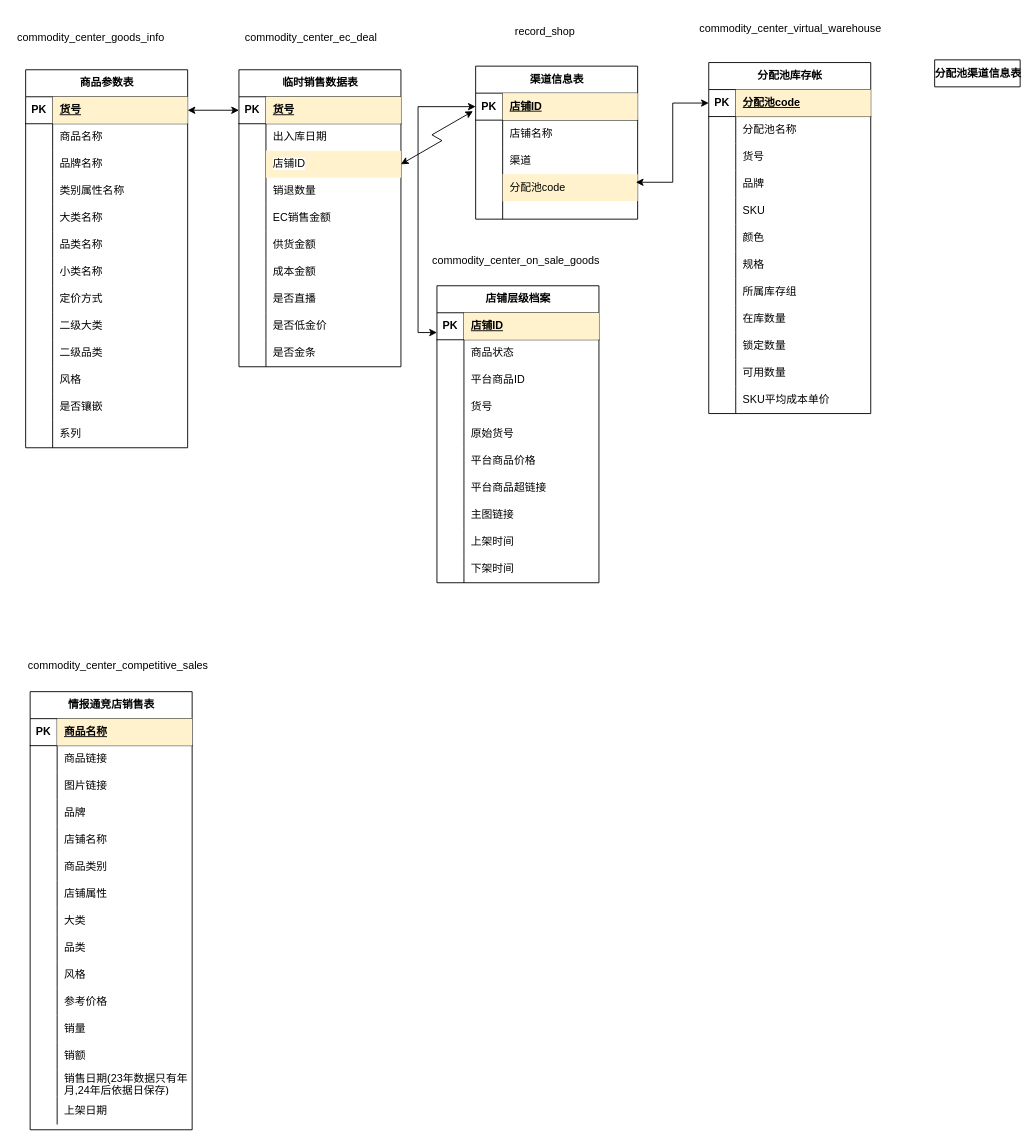
This is 销售库存模型.drawio from 1096372647/my-project, a draw.io file, before an edit. Source tidied: cells renumbered, new cells numbered last; positions are measured from the earlier drawing's top-left corner, leaving out a move shared by most shapes. Both pictures are drawn from the tidied source at 90%, with x=0, y=0 at pixel (15, 15).
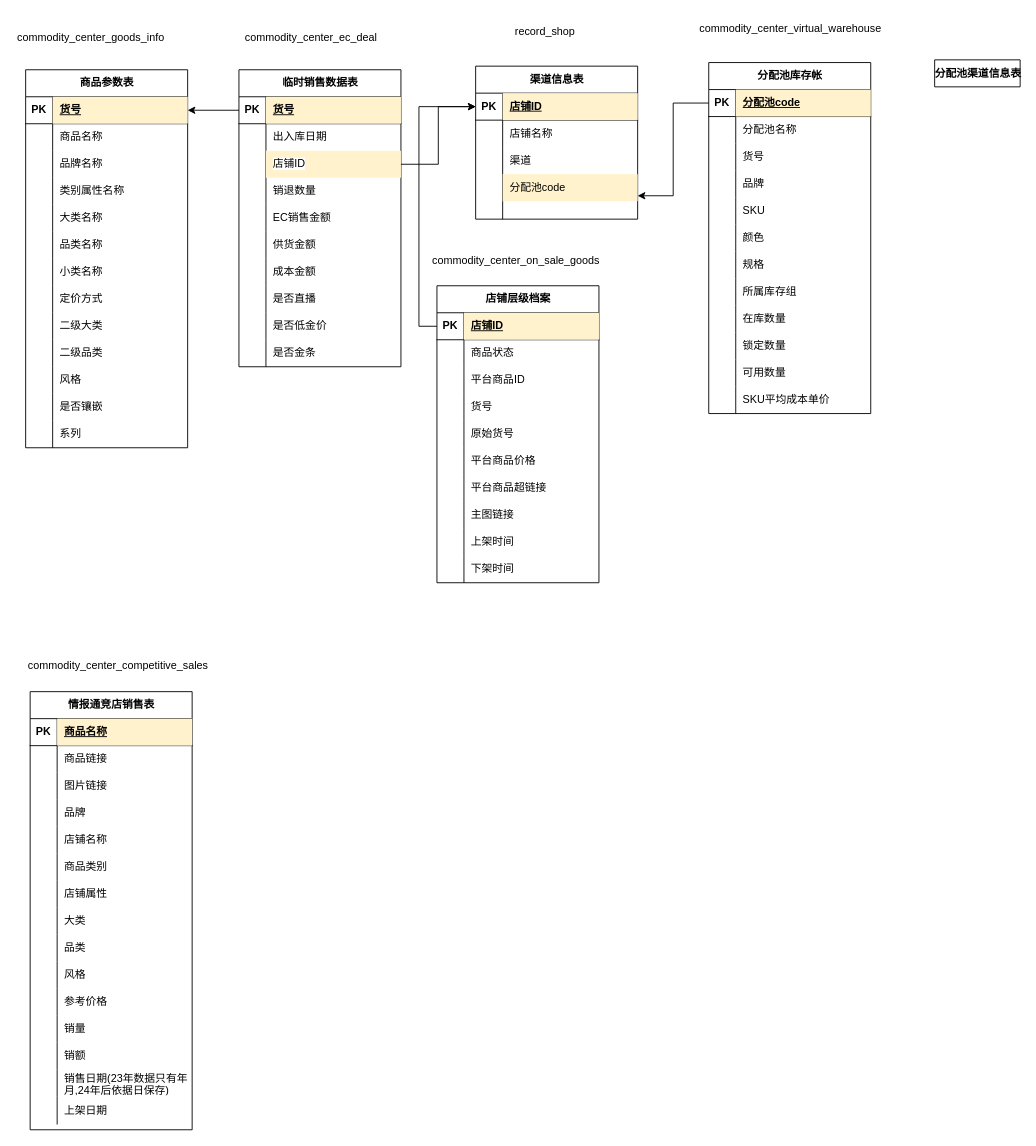
The same page after the edit.

Commit message:
更新销售库存模型.drawio

The change refers to these unchanged cells:
```xml
<mxCell id="3" style="shape=tableRow;horizontal=0;startSize=0;swimlaneHead=0;swimlaneBody=0;fillColor=none;points=[[0,0.5],[1,0.5]];portConstraint=eastwest;top=0;left=0;right=0;bottom=1;" parent="2" vertex="1">
  <mxGeometry y="30" width="180" height="30" as="geometry" />
</mxCell>
<mxCell id="9" style="shape=tableRow;horizontal=0;startSize=0;swimlaneHead=0;swimlaneBody=0;fillColor=none;points=[[0,0.5],[1,0.5]];portConstraint=eastwest;top=0;left=0;right=0;bottom=0;" parent="2" vertex="1">
  <mxGeometry y="90" width="180" height="30" as="geometry" />
</mxCell>
<mxCell id="34" style="shape=tableRow;horizontal=0;startSize=0;swimlaneHead=0;swimlaneBody=0;fillColor=none;points=[[0,0.5],[1,0.5]];portConstraint=eastwest;top=0;left=0;right=0;bottom=1;" parent="33" vertex="1">
  <mxGeometry y="30" width="180" height="30" as="geometry" />
</mxCell>
<mxCell id="71" style="shape=tableRow;horizontal=0;startSize=0;swimlaneHead=0;swimlaneBody=0;fillColor=none;points=[[0,0.5],[1,0.5]];portConstraint=eastwest;top=0;left=0;right=0;bottom=1;" parent="70" vertex="1">
  <mxGeometry y="30" width="180" height="30" as="geometry" />
</mxCell>
<mxCell id="80" style="shape=tableRow;horizontal=0;startSize=0;swimlaneHead=0;swimlaneBody=0;fillColor=none;points=[[0,0.5],[1,0.5]];portConstraint=eastwest;top=0;left=0;right=0;bottom=0;" parent="70" vertex="1">
  <mxGeometry y="120" width="180" height="30" as="geometry" />
</mxCell>
<mxCell id="87" style="shape=tableRow;horizontal=0;startSize=0;swimlaneHead=0;swimlaneBody=0;fillColor=none;points=[[0,0.5],[1,0.5]];portConstraint=eastwest;top=0;left=0;right=0;bottom=1;" parent="86" vertex="1">
  <mxGeometry y="30" width="180" height="30" as="geometry" />
</mxCell>
<mxCell id="128" style="shape=tableRow;horizontal=0;startSize=0;swimlaneHead=0;swimlaneBody=0;fillColor=none;points=[[0,0.5],[1,0.5]];portConstraint=eastwest;top=0;left=0;right=0;bottom=1;" parent="127" vertex="1">
  <mxGeometry y="30" width="180" height="30" as="geometry" />
</mxCell>
```

What changed in the source:
```diff
@@
-    <mxCell id="158" style="endArrow=classic;startArrow=classic;html=1;rounded=0;exitX=1;exitY=0.5;exitDx=0;exitDy=0;edgeStyle=isometricEdgeStyle;" parent="1" edge="1" source="9">
-      <mxGeometry relative="1" as="geometry">
-        <mxPoint x="508" y="106" as="targetPoint" />
-      </mxGeometry>
-    </mxCell>
-    <mxCell id="159" style="endArrow=classic;startArrow=classic;html=1;rounded=0;exitX=0;exitY=0.733;exitDx=0;exitDy=0;exitPerimeter=0;entryX=0;entryY=0.5;entryDx=0;entryDy=0;edgeStyle=orthogonalEdgeStyle;" parent="1" edge="1" source="128" target="71">
-      <mxGeometry relative="1" as="geometry">
-        <Array as="points">
-          <mxPoint x="447" y="352" />
-          <mxPoint x="447" y="101" />
-        </Array>
-      </mxGeometry>
-    </mxCell>
-    <mxCell id="160" style="endArrow=classic;startArrow=classic;html=1;rounded=0;exitX=1;exitY=0.5;exitDx=0;exitDy=0;entryX=0;entryY=0.5;entryDx=0;entryDy=0;" parent="1" edge="1" source="87" target="3">
-      <mxGeometry relative="1" as="geometry" />
-    </mxCell>
@@
-    <mxCell id="162" style="endArrow=classic;startArrow=classic;html=1;rounded=0;exitX=0;exitY=0.5;exitDx=0;exitDy=0;entryX=0.989;entryY=0.3;entryDx=0;entryDy=0;edgeStyle=elbowEdgeStyle;entryPerimeter=0;" parent="1" edge="1" source="34" target="80">
-      <mxGeometry relative="1" as="geometry" />
-    </mxCell>
@@
+    <mxCell id="215" style="edgeStyle=orthogonalEdgeStyle;rounded=0;jettySize=auto;html=1;exitX=0;exitY=0.5;exitDx=0;exitDy=0;entryX=1;entryY=0.5;entryDx=0;entryDy=0;" parent="1" edge="1" source="3" target="87">
+      <mxGeometry relative="1" as="geometry" />
+    </mxCell>
+    <mxCell id="159" style="edgeStyle=orthogonalEdgeStyle;rounded=0;jettySize=auto;html=1;exitX=0;exitY=0.5;exitDx=0;exitDy=0;entryX=0;entryY=0.5;entryDx=0;entryDy=0;" parent="1" edge="1" source="128" target="71">
+      <mxGeometry relative="1" as="geometry" />
+    </mxCell>
+    <mxCell id="216" style="edgeStyle=orthogonalEdgeStyle;rounded=0;jettySize=auto;html=1;exitX=1;exitY=0.5;exitDx=0;exitDy=0;entryX=0;entryY=0.5;entryDx=0;entryDy=0;" parent="1" edge="1" source="9" target="71">
+      <mxGeometry relative="1" as="geometry" />
+    </mxCell>
+    <mxCell id="162" style="edgeStyle=orthogonalEdgeStyle;rounded=0;jettySize=auto;html=1;exitX=0;exitY=0.5;exitDx=0;exitDy=0;entryX=1;entryY=0.8;entryDx=0;entryDy=0;entryPerimeter=0;" parent="1" edge="1" source="34" target="80">
+      <mxGeometry relative="1" as="geometry" />
+    </mxCell>
```
